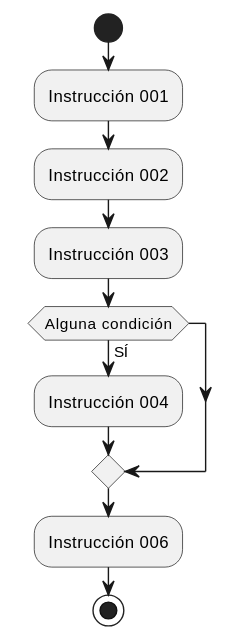
This is imagenes/modelosUML/alternativas001.svg from mmasias/23-24-prg1, a PlantUML export, as it was before one commit. The source it was exported from:
```plantuml
@startuml
start

:Instrucción 001;
:Instrucción 002;
:Instrucción 003;

if (Alguna condición) then (SÍ)
  :Instrucción 004;
endif

:Instrucción 006;

stop
@enduml
```
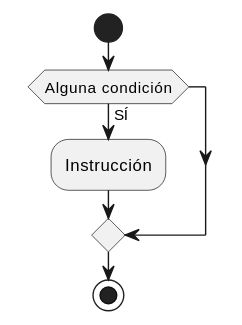
The same file after the commit.

The edit, as a diff of the source:
```diff
@@ -1,15 +1,9 @@
 @startuml
 start
 
-:Instrucción 001;
-:Instrucción 002;
-:Instrucción 003;
-
 if (Alguna condición) then (SÍ)
-  :Instrucción 004;
+  :Instrucción;
 endif
-
-:Instrucción 006;
 
 stop
 @enduml
```
